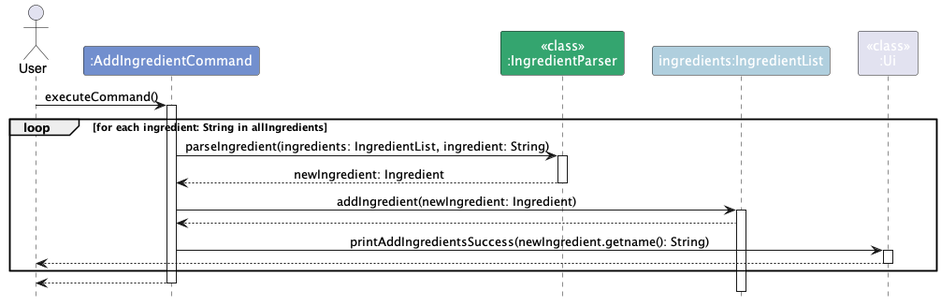
Before: docs/images/AddNewIngredientSequenceDiagram.png, a diagram exported from PlantUML (nus-cs2113-AY2324S1/tp). The source it was exported from:
```plantuml
@startuml
!include style.puml
skinparam ArrowFontStyle plain
actor User

participant ":AddIngredientCommand" as AddIngredientCommand COMMAND_COLOR
participant "<<class>>\n:IngredientParser" as IngredientParser RECIPE_PARSER_COLOR
participant "ingredients:IngredientList" as ingredients RECIPE_LIST_COLOR
participant "<<class>>\n:Ui" as Ui

User -> AddIngredientCommand: executeCommand()

activate AddIngredientCommand



loop for each ingredient: String in allIngredients
  AddIngredientCommand -> IngredientParser: parseIngredient(ingredients: IngredientList, ingredient: String)
  activate IngredientParser

  IngredientParser --> AddIngredientCommand: newIngredient: Ingredient
  deactivate IngredientParser

  AddIngredientCommand -> ingredients: addIngredient(newIngredient: Ingredient)

  activate ingredients

  ingredients --> AddIngredientCommand

  AddIngredientCommand -> Ui: printAddIngredientsSuccess(newIngredient.getname(): String)

  activate Ui

  Ui --> User
  deactivate Ui

end



User <-- AddIngredientCommand

deactivate AddIngredientCommand


@enduml
```
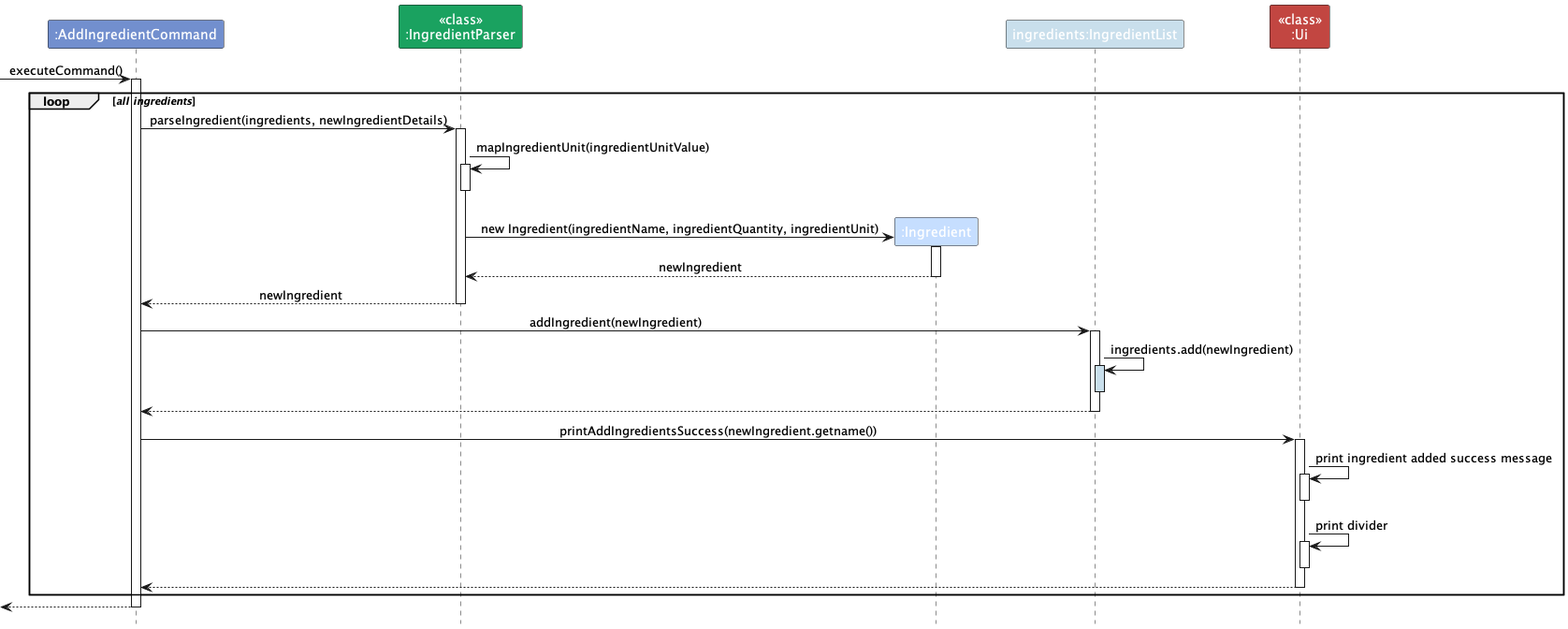
After the commit.

Commit message:
DG(Add_Ingredient Sequence Diagram)(Modified)

Diff of the diagram source:
```diff
@@ -1,44 +1,69 @@
 @startuml
 !include style.puml
 skinparam ArrowFontStyle plain
-actor User
 
 participant ":AddIngredientCommand" as AddIngredientCommand COMMAND_COLOR
-participant "<<class>>\n:IngredientParser" as IngredientParser RECIPE_PARSER_COLOR
-participant "ingredients:IngredientList" as ingredients RECIPE_LIST_COLOR
-participant "<<class>>\n:Ui" as Ui
+participant "<<class>>\n:IngredientParser" as IngredientParser INGREDIENT_PARSER_COLOR
+participant ":Ingredient" as Ingredient INGREDIENT_COLOR
+participant "ingredients:IngredientList" as ingredients INGREDIENT_LIST_COLOR
+participant "<<class>>\n:Ui" as Ui UI_COLOR
 
-User -> AddIngredientCommand: executeCommand()
+[-> AddIngredientCommand: executeCommand()
 
 activate AddIngredientCommand
 
+loop //all ingredients//
+  AddIngredientCommand -> IngredientParser: parseIngredient(ingredients, newIngredientDetails)
+  activate IngredientParser
+
+  IngredientParser -> IngredientParser : mapIngredientUnit(ingredientUnitValue)
+  activate IngredientParser
+  deactivate IngredientParser
 
 
-loop for each ingredient: String in allIngredients
-  AddIngredientCommand -> IngredientParser: parseIngredient(ingredients: IngredientList, ingredient: String)
-  activate IngredientParser
+  IngredientParser -[hidden]> Ingredient
+  create Ingredient
+  IngredientParser -> Ingredient : new Ingredient(ingredientName, ingredientQuantity, ingredientUnit)
+  activate Ingredient
 
-  IngredientParser --> AddIngredientCommand: newIngredient: Ingredient
+  Ingredient --> IngredientParser : newIngredient
+  deactivate Ingredient
+
+  IngredientParser --> AddIngredientCommand : newIngredient
   deactivate IngredientParser
 
-  AddIngredientCommand -> ingredients: addIngredient(newIngredient: Ingredient)
+  AddIngredientCommand -> ingredients: addIngredient(newIngredient)
 
   activate ingredients
+  ingredients -> ingredients: ingredients.add(newIngredient)
+  activate ingredients RECIPE_LIST_COLOR_T1
+  deactivate ingredients
 
   ingredients --> AddIngredientCommand
+  deactivate ingredients
 
-  AddIngredientCommand -> Ui: printAddIngredientsSuccess(newIngredient.getname(): String)
+
+  AddIngredientCommand -> Ui: printAddIngredientsSuccess(newIngredient.getname())
 
   activate Ui
 
-  Ui --> User
+  Ui -> Ui: print ingredient added success message
+  activate Ui
+  deactivate Ui
+
+  Ui -> Ui: print divider
+    activate Ui
+
+  deactivate Ui
+
+  Ui --> AddIngredientCommand
   deactivate Ui
 
 end
 
 
 
-User <-- AddIngredientCommand
+[<--AddIngredientCommand
 
 deactivate AddIngredientCommand
 
```
